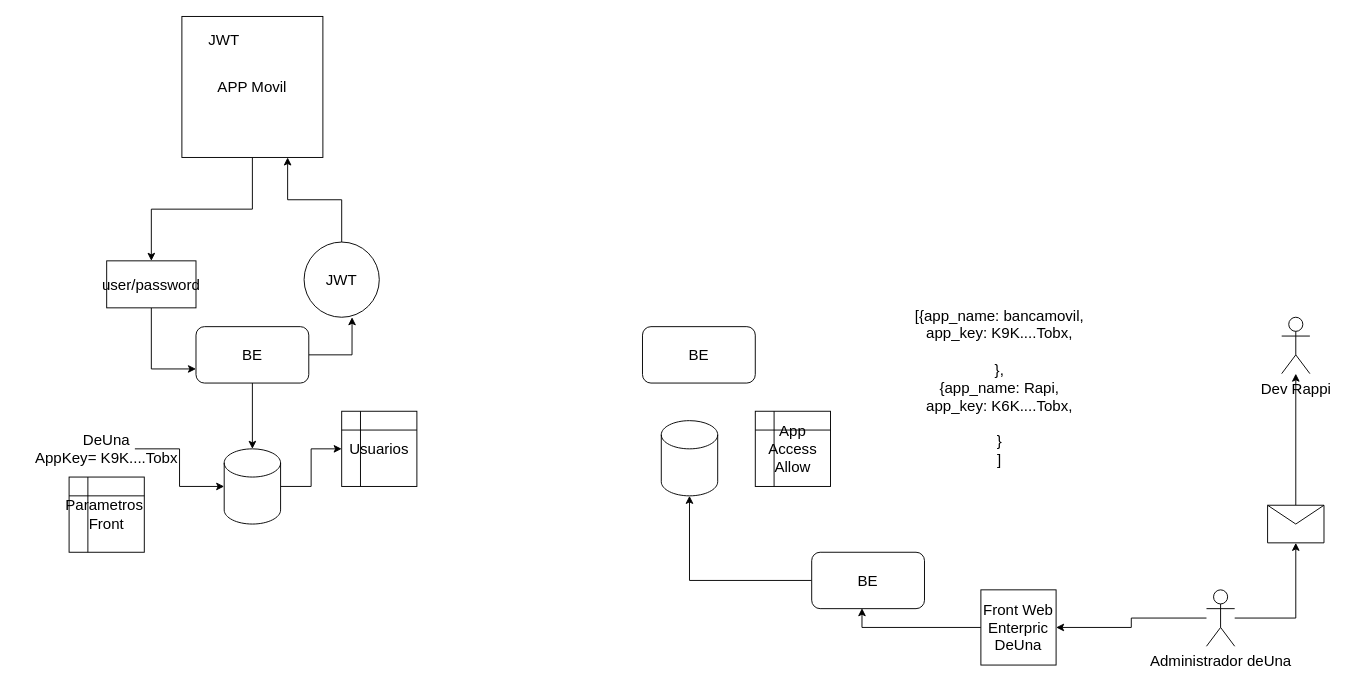
Above: page "Page-3" (3 of 3) of Custodia iniciativas.drawio in santiagovb/Diagramas (draw.io), before the change. Source tidied: cells renumbered, new cells numbered last; positions are measured from the earlier drawing's top-left corner, leaving out a move shared by most shapes. Both pictures are drawn from the tidied source at 94%, with x=0, y=0 at pixel (69, 16).
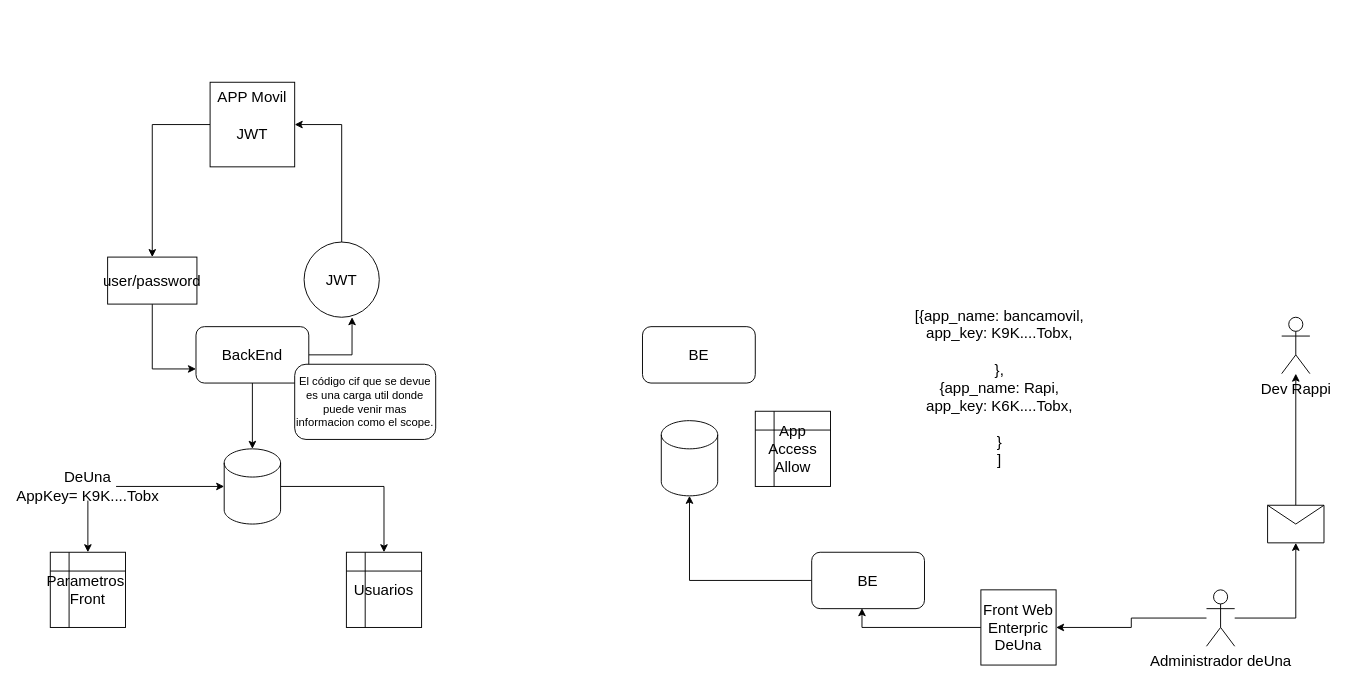
Above is the later version.

Unchanged cells that the change refers to:
```xml
<mxCell id="11" value="JWT" style="ellipse;whiteSpace=wrap;html=1;fontSize=16;" parent="1" vertex="1">
  <mxGeometry x="250" y="240" width="80" height="80" as="geometry" />
</mxCell>
```

The edit, as a diff of the source:
```diff
@@
-    <mxCell id="3" value="APP Movil" style="whiteSpace=wrap;html=1;fontSize=16;" parent="1" vertex="1">
-      <mxGeometry x="120" width="150" height="150" as="geometry" />
-    </mxCell>
@@
-    <mxCell id="6" value="BE" style="rounded=1;whiteSpace=wrap;html=1;fontSize=16;" parent="1" vertex="1">
+    <mxCell id="6" value="BackEnd" style="rounded=1;whiteSpace=wrap;html=1;fontSize=16;" parent="1" vertex="1">
       <mxGeometry x="135" y="330" width="120" height="60" as="geometry" />
     </mxCell>
-    <mxCell id="7" value="JWT" style="text;html=1;strokeColor=none;fillColor=none;align=center;verticalAlign=middle;whiteSpace=wrap;rounded=0;fontSize=16;" parent="1" vertex="1">
-      <mxGeometry x="135" y="10" width="60" height="30" as="geometry" />
-    </mxCell>
@@
     <mxCell id="9" value="user/password" style="rounded=0;whiteSpace=wrap;html=1;fontSize=16;" parent="1" vertex="1">
-      <mxGeometry x="40" y="260" width="95" height="50" as="geometry" />
+      <mxGeometry x="41" y="256" width="95" height="50" as="geometry" />
     </mxCell>
-    <mxCell id="10" style="edgeStyle=orthogonalEdgeStyle;rounded=0;jettySize=auto;html=1;entryX=0.75;entryY=1;entryDx=0;entryDy=0;fontSize=16;" parent="1" edge="1" source="11" target="3">
-      <mxGeometry relative="1" as="geometry" />
+    <mxCell id="10" style="edgeStyle=orthogonalEdgeStyle;rounded=0;jettySize=auto;html=1;entryX=1;entryY=0.5;entryDx=0;entryDy=0;fontSize=16;exitX=0.5;exitY=0;exitDx=0;exitDy=0;" parent="1" edge="1" source="11" target="3">
+      <mxGeometry relative="1" as="geometry">
+        <Array as="points">
+          <mxPoint x="290" y="115" />
+        </Array>
+      </mxGeometry>
     </mxCell>
@@
     <mxCell id="14" value="Usuarios" style="shape=internalStorage;whiteSpace=wrap;html=1;backgroundOutline=1;fontSize=16;" parent="1" vertex="1">
-      <mxGeometry x="290" y="420" width="80" height="80" as="geometry" />
+      <mxGeometry x="295" y="570" width="80" height="80" as="geometry" />
     </mxCell>
     <mxCell id="15" value="Parametros&amp;nbsp;&lt;br&gt;Front" style="shape=internalStorage;whiteSpace=wrap;html=1;backgroundOutline=1;fontSize=16;" parent="1" vertex="1">
-      <mxGeometry y="490" width="80" height="80" as="geometry" />
+      <mxGeometry x="-20" y="570" width="80" height="80" as="geometry" />
     </mxCell>
@@
+    <mxCell id="32" style="edgeStyle=orthogonalEdgeStyle;rounded=0;jettySize=auto;html=1;entryX=0.5;entryY=0;entryDx=0;entryDy=0;" parent="1" edge="1" source="17" target="15">
+      <mxGeometry relative="1" as="geometry" />
+    </mxCell>
     <mxCell id="17" value="DeUna AppKey=&amp;nbsp;K9K....Tobx" style="text;html=1;strokeColor=none;fillColor=none;align=center;verticalAlign=middle;whiteSpace=wrap;rounded=0;fontSize=16;" parent="1" vertex="1">
-      <mxGeometry x="10" y="445" width="60" height="30" as="geometry" />
+      <mxGeometry x="-10" y="485" width="60" height="30" as="geometry" />
     </mxCell>
@@
+    <mxCell id="33" value="El código cif que se devue es una carga util donde puede venir mas informacion como el scope." style="rounded=1;whiteSpace=wrap;html=1;" parent="1" vertex="1">
+      <mxGeometry x="240" y="370" width="150" height="80" as="geometry" />
+    </mxCell>
+    <mxCell id="34" style="group;" parent="1" vertex="1">
+      <mxGeometry x="150" y="70" width="90" height="90" as="geometry" />
+    </mxCell>
+    <mxCell id="3" value="APP Movil" style="whiteSpace=wrap;html=1;fontSize=16;verticalAlign=top;" parent="34" vertex="1">
+      <mxGeometry width="90" height="90" as="geometry" />
+    </mxCell>
+    <mxCell id="7" value="JWT" style="text;html=1;strokeColor=none;fillColor=none;align=center;verticalAlign=middle;whiteSpace=wrap;rounded=0;fontSize=16;" parent="34" vertex="1">
+      <mxGeometry x="15" y="40" width="60" height="30" as="geometry" />
+    </mxCell>
```
